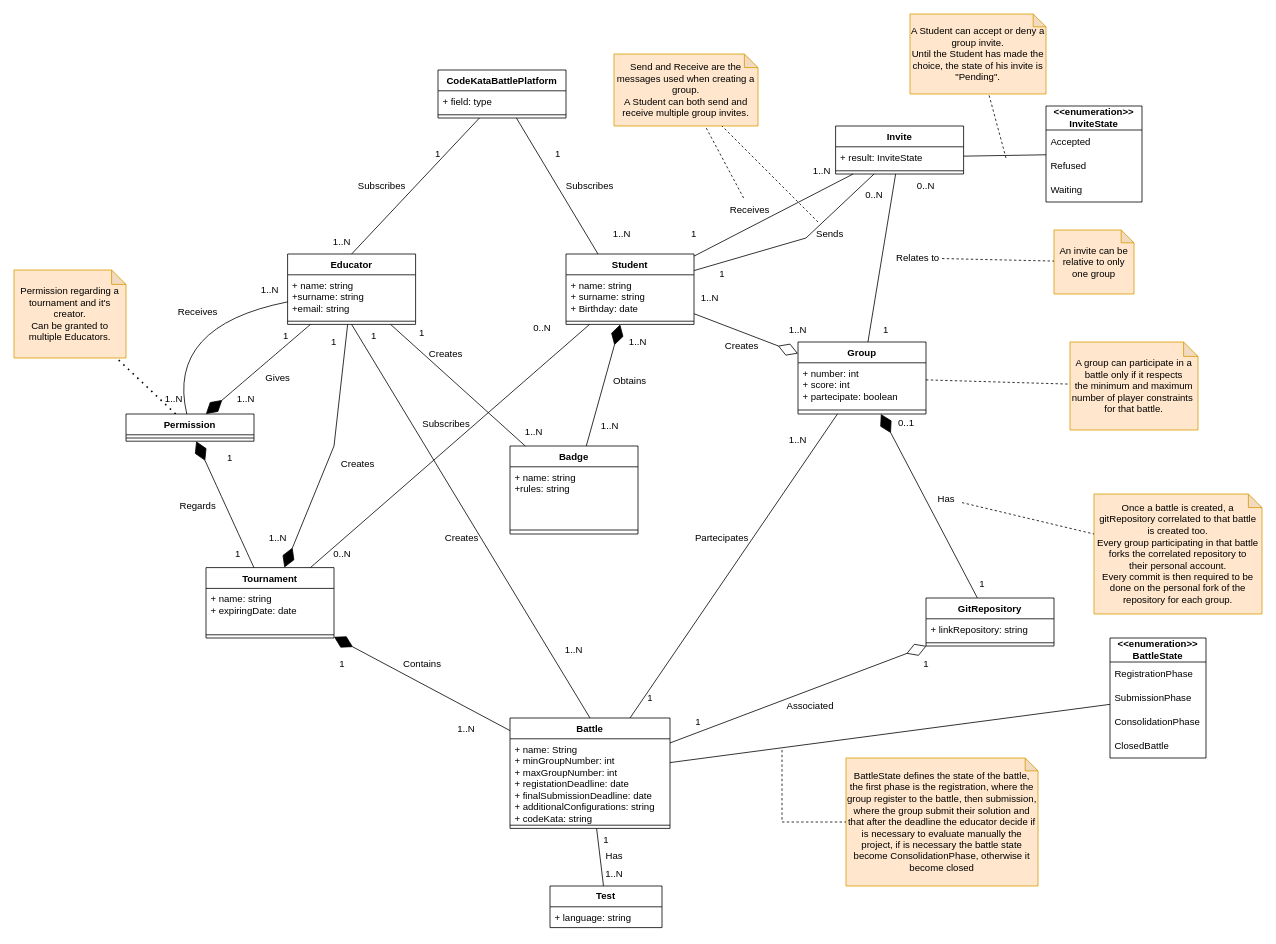
Before: RASDwip/ExtraFiles/Drawio/ClassDiagram/ClassDiagram.drawio in francescospangaro/SpangaroTosettiRiccardi, a draw.io diagram. Source tidied: cells renumbered, new cells numbered last; positions are measured from the earlier drawing's top-left corner, leaving out a move shared by most shapes. Both pictures are drawn from the tidied source at 80%, with x=0, y=0 at pixel (14, 14).
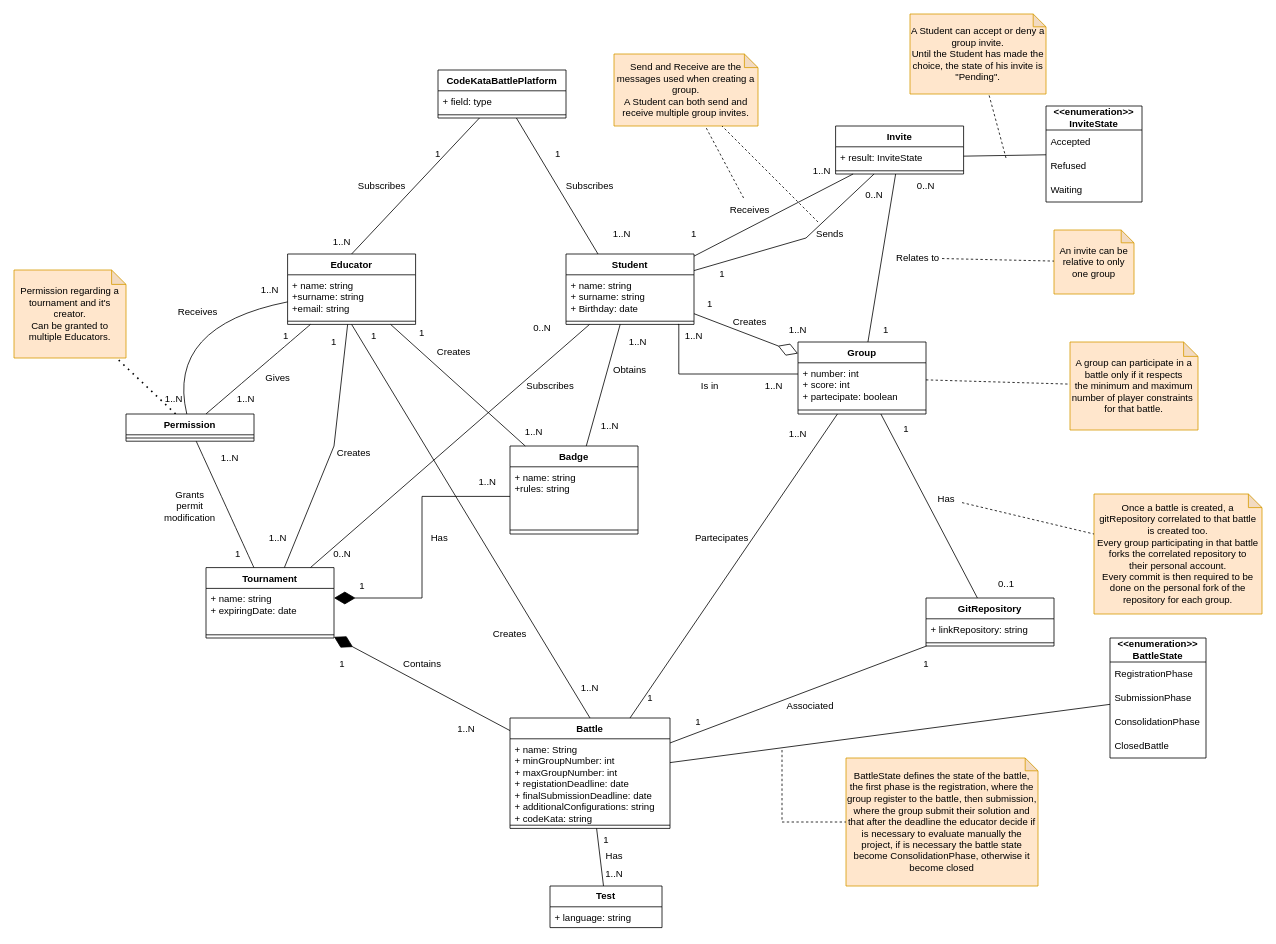
Above is the later version.

Commit message (it also covers changes not shown here):
improved class diagram

The change refers to these unchanged cells:
```xml
<mxCell id="5" value="Educator" style="swimlane;fontStyle=1;align=center;verticalAlign=top;horizontal=1;startSize=26;whiteSpace=wrap;html=1;" parent="1" vertex="1">
  <mxGeometry x="342" y="300" width="160" height="88" as="geometry" />
</mxCell>
<mxCell id="8" value="Student&lt;br&gt;" style="swimlane;fontStyle=1;align=center;verticalAlign=top;horizontal=1;startSize=26;whiteSpace=wrap;html=1;" parent="1" vertex="1">
  <mxGeometry x="690" y="300" width="160" height="88" as="geometry" />
</mxCell>
<mxCell id="19" value="Group" style="swimlane;fontStyle=1;align=center;verticalAlign=top;horizontal=1;startSize=26;whiteSpace=wrap;html=1;" parent="1" vertex="1">
  <mxGeometry x="980" y="410" width="160" height="90" as="geometry" />
</mxCell>
<mxCell id="25" value="Tournament&lt;br&gt;" style="swimlane;fontStyle=1;align=center;verticalAlign=top;horizontal=1;startSize=26;whiteSpace=wrap;html=1;" parent="1" vertex="1">
  <mxGeometry x="240" y="692" width="160" height="88" as="geometry" />
</mxCell>
<mxCell id="26" value="+ name: string&lt;br&gt;+ expiringDate: date&lt;br&gt;" style="text;strokeColor=none;fillColor=none;align=left;verticalAlign=top;spacingLeft=4;spacingRight=4;overflow=hidden;points=[[0,0.5],[1,0.5]];portConstraint=eastwest;whiteSpace=wrap;html=1;" parent="25" vertex="1">
  <mxGeometry y="26" width="160" height="54" as="geometry" />
</mxCell>
<mxCell id="28" value="Battle&lt;br&gt;" style="swimlane;fontStyle=1;align=center;verticalAlign=top;horizontal=1;startSize=26;whiteSpace=wrap;html=1;" parent="1" vertex="1">
  <mxGeometry x="620" y="880" width="200" height="138" as="geometry" />
</mxCell>
<mxCell id="42" value="Badge" style="swimlane;fontStyle=1;align=center;verticalAlign=top;horizontal=1;startSize=26;whiteSpace=wrap;html=1;" parent="1" vertex="1">
  <mxGeometry x="620" y="540" width="160" height="110" as="geometry" />
</mxCell>
<mxCell id="43" value="+ name: string&lt;br&gt;+rules: string" style="text;strokeColor=none;fillColor=none;align=left;verticalAlign=top;spacingLeft=4;spacingRight=4;overflow=hidden;points=[[0,0.5],[1,0.5]];portConstraint=eastwest;whiteSpace=wrap;html=1;" parent="42" vertex="1">
  <mxGeometry y="26" width="160" height="74" as="geometry" />
</mxCell>
<mxCell id="55" value="Invite" style="swimlane;fontStyle=1;align=center;verticalAlign=top;horizontal=1;startSize=26;whiteSpace=wrap;html=1;" parent="1" vertex="1">
  <mxGeometry x="1027" y="140" width="160" height="60" as="geometry" />
</mxCell>
<mxCell id="70" value="GitRepository" style="swimlane;fontStyle=1;align=center;verticalAlign=top;horizontal=1;startSize=26;whiteSpace=wrap;html=1;" parent="1" vertex="1">
  <mxGeometry x="1140" y="730" width="160" height="60" as="geometry" />
</mxCell>
<mxCell id="125" value="Permission" style="swimlane;fontStyle=1;align=center;verticalAlign=top;horizontal=1;startSize=26;whiteSpace=wrap;html=1;" parent="1" vertex="1">
  <mxGeometry x="140" y="500" width="160" height="34" as="geometry" />
</mxCell>
```

Change to the diagram source:
```diff
@@
+    <mxCell id="135" style="edgeStyle=orthogonalEdgeStyle;rounded=0;orthogonalLoop=1;jettySize=auto;html=1;endArrow=none;endFill=0;" parent="1" edge="1">
+      <mxGeometry relative="1" as="geometry">
+        <mxPoint x="830" y="388" as="sourcePoint" />
+        <mxPoint x="980" y="450" as="targetPoint" />
+        <Array as="points">
+          <mxPoint x="831" y="388" />
+          <mxPoint x="831" y="450" />
+          <mxPoint x="980" y="450" />
+        </Array>
+      </mxGeometry>
+    </mxCell>
@@
     <mxCell id="22" value="Creates" style="text;html=1;strokeColor=none;fillColor=none;align=center;verticalAlign=middle;whiteSpace=wrap;rounded=0;" parent="1" vertex="1">
-      <mxGeometry x="880" y="400" width="60" height="30" as="geometry" />
+      <mxGeometry x="890" y="370" width="60" height="30" as="geometry" />
     </mxCell>
@@
-    <mxCell id="24" value="1..N" style="text;html=1;strokeColor=none;fillColor=none;align=center;verticalAlign=middle;whiteSpace=wrap;rounded=0;" parent="1" vertex="1">
-      <mxGeometry x="840" y="340" width="60" height="30" as="geometry" />
+    <mxCell id="24" value="1" style="text;html=1;strokeColor=none;fillColor=none;align=center;verticalAlign=middle;whiteSpace=wrap;rounded=0;" parent="1" vertex="1">
+      <mxGeometry x="840" y="348" width="60" height="30" as="geometry" />
     </mxCell>
@@
     <mxCell id="32" value="Creates" style="text;html=1;strokeColor=none;fillColor=none;align=center;verticalAlign=middle;whiteSpace=wrap;rounded=0;" parent="1" vertex="1">
-      <mxGeometry x="400" y="548" width="60" height="30" as="geometry" />
+      <mxGeometry x="395" y="534" width="60" height="30" as="geometry" />
     </mxCell>
     <mxCell id="33" value="Creates" style="text;html=1;strokeColor=none;fillColor=none;align=center;verticalAlign=middle;whiteSpace=wrap;rounded=0;" parent="1" vertex="1">
-      <mxGeometry x="530" y="640" width="60" height="30" as="geometry" />
+      <mxGeometry x="590" y="760" width="60" height="30" as="geometry" />
     </mxCell>
@@
     <mxCell id="38" value="1..N" style="text;html=1;strokeColor=none;fillColor=none;align=center;verticalAlign=middle;whiteSpace=wrap;rounded=0;" parent="1" vertex="1">
-      <mxGeometry x="670" y="780" width="60" height="30" as="geometry" />
+      <mxGeometry x="690" y="828" width="60" height="30" as="geometry" />
     </mxCell>
@@
     <mxCell id="40" value="1..N" style="text;html=1;strokeColor=none;fillColor=none;align=center;verticalAlign=middle;whiteSpace=wrap;rounded=0;" parent="1" vertex="1">
-      <mxGeometry x="950" y="518" width="60" height="30" as="geometry" />
+      <mxGeometry x="950" y="510" width="60" height="30" as="geometry" />
     </mxCell>
@@
     <mxCell id="46" value="Creates" style="text;html=1;strokeColor=none;fillColor=none;align=center;verticalAlign=middle;whiteSpace=wrap;rounded=0;" parent="1" vertex="1">
-      <mxGeometry x="510" y="410" width="60" height="30" as="geometry" />
+      <mxGeometry x="520" y="408" width="60" height="30" as="geometry" />
     </mxCell>
     <mxCell id="47" value="Obtains" style="text;html=1;strokeColor=none;fillColor=none;align=center;verticalAlign=middle;whiteSpace=wrap;rounded=0;" parent="1" vertex="1">
-      <mxGeometry x="740" y="444" width="60" height="30" as="geometry" />
+      <mxGeometry x="740" y="430" width="60" height="30" as="geometry" />
     </mxCell>
@@
-    <mxCell id="59" style="endArrow=none;html=1;rounded=0;" parent="1" edge="1" source="19" target="55">
+    <mxCell id="59" style="endArrow=none;html=1;rounded=0;startArrow=none;startFill=0;strokeWidth=1;targetPerimeterSpacing=0;sourcePerimeterSpacing=0;startSize=24;" parent="1" edge="1" source="19" target="55">
       <mxGeometry relative="1" as="geometry" />
     </mxCell>
@@
     <mxCell id="76" value="1" style="text;html=1;align=center;verticalAlign=middle;strokeColor=none;fillColor=none;" parent="1" vertex="1">
-      <mxGeometry x="1195" y="698" width="30" height="30" as="geometry" />
+      <mxGeometry x="1100" y="504" width="30" height="30" as="geometry" />
     </mxCell>
     <mxCell id="77" value="0..1" style="text;html=1;align=center;verticalAlign=middle;strokeColor=none;fillColor=none;" parent="1" vertex="1">
-      <mxGeometry x="1095" y="496" width="40" height="30" as="geometry" />
+      <mxGeometry x="1220" y="698" width="40" height="30" as="geometry" />
     </mxCell>
@@
-    <mxCell id="81" style="endArrow=diamondThin;endFill=0;endSize=24;html=1;rounded=0;" parent="1" edge="1" source="28" target="70">
+    <mxCell id="81" style="endArrow=none;endFill=0;endSize=24;html=1;rounded=0;" parent="1" edge="1" source="28" target="70">
       <mxGeometry relative="1" as="geometry" />
     </mxCell>
@@
-    <mxCell id="96" style="endArrow=diamondThin;endFill=1;endSize=24;html=1;rounded=0;" parent="1" edge="1" source="5" target="25">
+    <mxCell id="96" style="endArrow=none;endFill=0;endSize=24;html=1;rounded=0;" parent="1" edge="1" source="5" target="25">
       <mxGeometry relative="1" as="geometry">
         <Array as="points">
           <mxPoint x="400" y="540" />
         </Array>
       </mxGeometry>
     </mxCell>
-    <mxCell id="97" style="endArrow=diamondThin;endFill=1;endSize=24;html=1;rounded=0;" parent="1" edge="1" source="70" target="19">
+    <mxCell id="97" style="endArrow=none;endFill=0;endSize=24;html=1;rounded=0;" parent="1" edge="1" source="70" target="19">
       <mxGeometry relative="1" as="geometry" />
     </mxCell>
@@
-    <mxCell id="101" style="endArrow=diamondThin;endFill=1;endSize=24;html=1;rounded=0;" parent="1" edge="1" source="42" target="8">
+    <mxCell id="101" style="endArrow=none;endFill=0;endSize=24;html=1;rounded=0;" parent="1" edge="1" source="42" target="8">
       <mxGeometry relative="1" as="geometry" />
     </mxCell>
-    <mxCell id="102" style="endArrow=diamondThin;endFill=1;endSize=24;html=1;rounded=0;fontSize=12;curved=1;" parent="1" edge="1" source="25" target="125">
+    <mxCell id="102" style="endArrow=none;endFill=0;endSize=24;html=1;rounded=0;fontSize=12;curved=1;" parent="1" edge="1" source="25" target="125">
       <mxGeometry relative="1" as="geometry" />
     </mxCell>
@@
-    <mxCell id="104" value="Regards" style="text;html=1;strokeColor=none;fillColor=none;align=center;verticalAlign=middle;whiteSpace=wrap;rounded=0;rotation=0;" parent="1" vertex="1">
-      <mxGeometry x="200" y="600" width="60" height="30" as="geometry" />
+    <mxCell id="104" value="Grants permit modification" style="text;html=1;strokeColor=none;fillColor=none;align=center;verticalAlign=middle;whiteSpace=wrap;rounded=0;rotation=0;" parent="1" vertex="1">
+      <mxGeometry x="190" y="600" width="60" height="30" as="geometry" />
     </mxCell>
@@
-    <mxCell id="106" style="endArrow=diamondThin;endFill=1;endSize=24;html=1;rounded=0;fontSize=12;curved=1;" parent="1" edge="1" source="5" target="125">
+    <mxCell id="106" style="endArrow=none;endFill=0;endSize=24;html=1;rounded=0;fontSize=12;curved=1;" parent="1" edge="1" source="5" target="125">
       <mxGeometry relative="1" as="geometry" />
     </mxCell>
@@
-    <mxCell id="109" value="1" style="text;html=1;strokeColor=none;fillColor=none;align=center;verticalAlign=middle;whiteSpace=wrap;rounded=0;" parent="1" vertex="1">
+    <mxCell id="109" value="1..N" style="text;html=1;strokeColor=none;fillColor=none;align=center;verticalAlign=middle;whiteSpace=wrap;rounded=0;" parent="1" vertex="1">
       <mxGeometry x="240" y="540" width="60" height="30" as="geometry" />
     </mxCell>
@@
     <mxCell id="124" value="Subscribes" style="text;html=1;align=center;verticalAlign=middle;strokeColor=none;fillColor=none;" parent="1" vertex="1">
-      <mxGeometry x="500" y="498" width="80" height="30" as="geometry" />
+      <mxGeometry x="630" y="450" width="80" height="30" as="geometry" />
     </mxCell>
@@
+    <mxCell id="136" style="edgeStyle=orthogonalEdgeStyle;rounded=0;jettySize=auto;html=1;entryX=0;entryY=0.5;entryDx=0;entryDy=0;endArrow=none;endFill=0;startArrow=diamondThin;startFill=1;startSize=24;" parent="1" edge="1" source="26" target="43">
+      <mxGeometry relative="1" as="geometry">
+        <Array as="points">
+          <mxPoint x="510" y="730" />
+          <mxPoint x="510" y="603" />
+        </Array>
+      </mxGeometry>
+    </mxCell>
+    <mxCell id="137" value="Has" style="text;html=1;strokeColor=none;fillColor=none;align=center;verticalAlign=middle;whiteSpace=wrap;rounded=0;" parent="1" vertex="1">
+      <mxGeometry x="502" y="640" width="60" height="30" as="geometry" />
+    </mxCell>
+    <mxCell id="138" value="1..N" style="text;html=1;strokeColor=none;fillColor=none;align=center;verticalAlign=middle;whiteSpace=wrap;rounded=0;" parent="1" vertex="1">
+      <mxGeometry x="562" y="570" width="60" height="30" as="geometry" />
+    </mxCell>
+    <mxCell id="139" value="1" style="text;html=1;align=center;verticalAlign=middle;strokeColor=none;fillColor=none;" parent="1" vertex="1">
+      <mxGeometry x="420" y="700" width="30" height="30" as="geometry" />
+    </mxCell>
+    <mxCell id="140" value="Is in" style="text;html=1;strokeColor=none;fillColor=none;align=center;verticalAlign=middle;whiteSpace=wrap;rounded=0;" parent="1" vertex="1">
+      <mxGeometry x="840" y="450" width="60" height="30" as="geometry" />
+    </mxCell>
+    <mxCell id="141" value="1..N" style="text;html=1;strokeColor=none;fillColor=none;align=center;verticalAlign=middle;whiteSpace=wrap;rounded=0;" parent="1" vertex="1">
+      <mxGeometry x="920" y="450" width="60" height="30" as="geometry" />
+    </mxCell>
+    <mxCell id="142" value="1..N" style="text;html=1;strokeColor=none;fillColor=none;align=center;verticalAlign=middle;whiteSpace=wrap;rounded=0;" parent="1" vertex="1">
+      <mxGeometry x="820" y="388" width="60" height="30" as="geometry" />
+    </mxCell>
```
